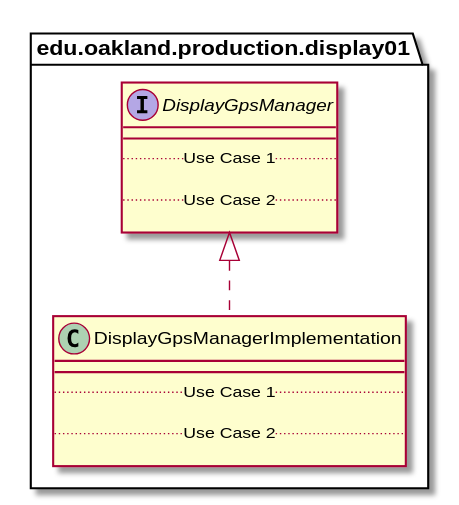
The PlantUML diagram docs/uml-class-diagrams/display01/production/DisplayGpsManagerImplementation/DisplayGpsManagerImplementation_DirectDependencies.svg in andrewdimmer/csi-3370-software-project, before a commit. Source of this version:
```plantuml
@startuml DisplayGpsManagerImplementation_DirectDependencies


package edu.oakland.production.display01 {
    class DisplayGpsManagerImplementation {
        __
        .. Use Case 1 ..

        .. Use Case 2 ..

    }
}



package edu.oakland.production.display01 {
    interface DisplayGpsManager {
        __
        .. Use Case 1 ..

        .. Use Case 2 ..

    }
}

DisplayGpsManagerImplementation .up.|> DisplayGpsManager





@enduml
```
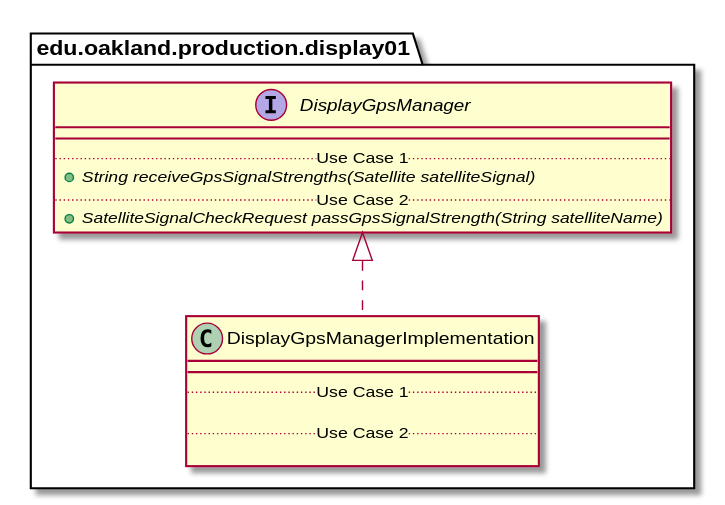
The same file after the commit.

What changed in the source:
```diff
@@ -17,9 +17,9 @@
     interface DisplayGpsManager {
         __
         .. Use Case 1 ..
-
+        {abstract} + String receiveGpsSignalStrengths(Satellite satelliteSignal)
         .. Use Case 2 ..
-
+        {abstract} + SatelliteSignalCheckRequest passGpsSignalStrength(String satelliteName)
     }
 }
 
```
